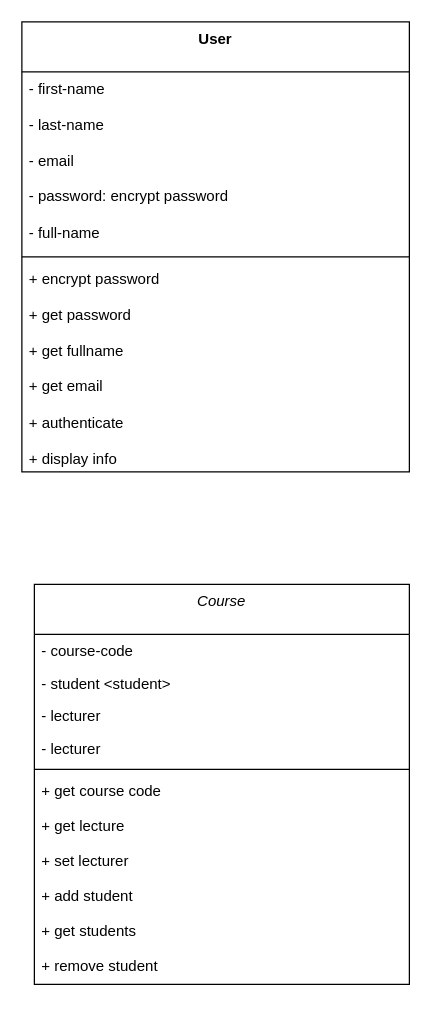
This is PythonClass/SchoolSystem.drawio from Bamzy123/PythonClass, a draw.io file, before an edit. Source tidied: cells renumbered, new cells numbered last; positions are measured from the earlier drawing's top-left corner, leaving out a move shared by most shapes. Both pictures are drawn from the tidied source at 125%, with x=0, y=0 at pixel (21, 21).
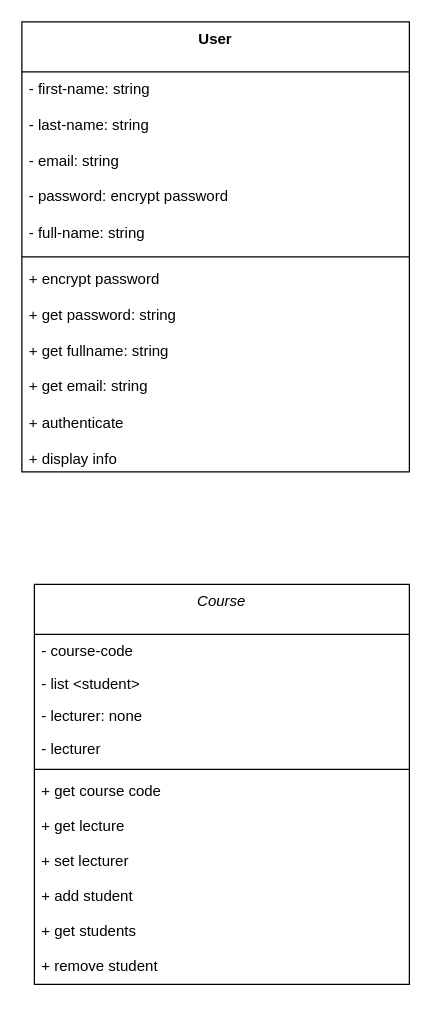
The same page after the edit.

Change to the diagram source:
```diff
@@
 <mxGraphModel>
   <root>
     <mxCell id="0" />
     <mxCell id="1" parent="0" />
     <mxCell id="2" value="Course" style="swimlane;fontStyle=2;align=center;verticalAlign=top;horizontal=1;startSize=40;rounded=0;shadow=0;strokeWidth=1;" parent="1" vertex="1">
       <mxGeometry x="10" y="450" width="300" height="320" as="geometry" />
     </mxCell>
     <mxCell id="3" value="- course-code" style="text;align=left;verticalAlign=top;spacingLeft=4;spacingRight=4;overflow=hidden;" parent="2" vertex="1">
       <mxGeometry y="40" width="300" height="26" as="geometry" />
     </mxCell>
-    <mxCell id="4" value="- student &lt;student&gt;" style="text;align=left;verticalAlign=top;spacingLeft=4;spacingRight=4;overflow=hidden;rounded=0;shadow=0;html=0;" parent="2" vertex="1">
+    <mxCell id="4" value="- list &lt;student&gt;" style="text;align=left;verticalAlign=top;spacingLeft=4;spacingRight=4;overflow=hidden;rounded=0;shadow=0;html=0;" parent="2" vertex="1">
       <mxGeometry y="66" width="300" height="26" as="geometry" />
     </mxCell>
-    <mxCell id="5" value="- lecturer" style="text;align=left;verticalAlign=top;spacingLeft=4;spacingRight=4;overflow=hidden;rounded=0;shadow=0;html=0;" parent="2" vertex="1">
+    <mxCell id="5" value="- lecturer: none" style="text;align=left;verticalAlign=top;spacingLeft=4;spacingRight=4;overflow=hidden;rounded=0;shadow=0;html=0;" parent="2" vertex="1">
       <mxGeometry y="92" width="300" height="26" as="geometry" />
     </mxCell>
     <mxCell id="6" value="- lecturer" style="text;align=left;verticalAlign=top;spacingLeft=4;spacingRight=4;overflow=hidden;rounded=0;shadow=0;html=0;" parent="2" vertex="1">
       <mxGeometry y="118" width="300" height="26" as="geometry" />
     </mxCell>
     <mxCell id="7" style="line;html=1;strokeWidth=1;align=left;verticalAlign=middle;spacingTop=-1;spacingLeft=3;spacingRight=3;labelPosition=right;" parent="2" vertex="1">
       <mxGeometry y="144" width="300" height="8" as="geometry" />
     </mxCell>
     <mxCell id="8" value="+ get course code&#10;&#10;+ get lecture&#10;&#10;+ set lecturer&#10;&#10;+ add student&#10;&#10;+ get students&#10;&#10;+ remove student" style="text;align=left;verticalAlign=top;spacingLeft=4;spacingRight=4;overflow=hidden;" parent="2" vertex="1">
       <mxGeometry y="152" width="300" height="168" as="geometry" />
     </mxCell>
     <mxCell id="9" value="User" style="swimlane;fontStyle=1;align=center;verticalAlign=top;horizontal=1;startSize=40;whiteSpace=wrap;html=1;" parent="1" vertex="1">
       <mxGeometry width="310" height="360" as="geometry" />
     </mxCell>
-    <mxCell id="10" value="- first-name&lt;div&gt;&lt;br&gt;&lt;div&gt;- last-name&lt;/div&gt;&lt;div&gt;&lt;br&gt;&lt;/div&gt;&lt;div&gt;- email&lt;/div&gt;&lt;/div&gt;&lt;div&gt;&lt;br&gt;&lt;/div&gt;&lt;div&gt;- password: encrypt password&lt;/div&gt;&lt;div&gt;&lt;br&gt;&lt;/div&gt;&lt;div&gt;- full-name&lt;/div&gt;" style="text;strokeColor=none;fillColor=none;align=left;verticalAlign=top;spacingLeft=4;spacingRight=4;overflow=hidden;whiteSpace=wrap;html=1;" parent="9" vertex="1">
+    <mxCell id="10" value="- first-name: string&lt;div&gt;&lt;br&gt;&lt;div&gt;- last-name: string&lt;/div&gt;&lt;div&gt;&lt;br&gt;&lt;/div&gt;&lt;div&gt;- email: string&lt;/div&gt;&lt;/div&gt;&lt;div&gt;&lt;br&gt;&lt;/div&gt;&lt;div&gt;- password: encrypt password&lt;/div&gt;&lt;div&gt;&lt;br&gt;&lt;/div&gt;&lt;div&gt;- full-name: string&lt;/div&gt;" style="text;strokeColor=none;fillColor=none;align=left;verticalAlign=top;spacingLeft=4;spacingRight=4;overflow=hidden;whiteSpace=wrap;html=1;" parent="9" vertex="1">
       <mxGeometry y="40" width="310" height="144" as="geometry" />
     </mxCell>
     <mxCell id="11" style="line;strokeWidth=1;fillColor=none;align=left;verticalAlign=middle;spacingTop=-1;spacingLeft=3;spacingRight=3;labelPosition=right;strokeColor=inherit;" parent="9" vertex="1">
       <mxGeometry y="184" width="310" height="8" as="geometry" />
     </mxCell>
-    <mxCell id="12" value="&lt;div&gt;+ encrypt password&lt;/div&gt;&lt;div&gt;&lt;br&gt;&lt;/div&gt;+ get password&lt;div&gt;&lt;br&gt;&lt;/div&gt;&lt;div&gt;+ get fullname&lt;/div&gt;&lt;div&gt;&lt;br&gt;&lt;/div&gt;&lt;div&gt;+ get email&lt;/div&gt;&lt;div&gt;&lt;br&gt;&lt;/div&gt;&lt;div&gt;+ authenticate&lt;/div&gt;&lt;div&gt;&lt;br&gt;&lt;/div&gt;&lt;div&gt;+ display info&lt;/div&gt;" style="text;strokeColor=none;fillColor=none;align=left;verticalAlign=top;spacingLeft=4;spacingRight=4;overflow=hidden;whiteSpace=wrap;html=1;" parent="9" vertex="1">
+    <mxCell id="12" value="&lt;div&gt;+ encrypt password&lt;/div&gt;&lt;div&gt;&lt;br&gt;&lt;/div&gt;+ get password: string&lt;div&gt;&lt;br&gt;&lt;/div&gt;&lt;div&gt;+ get fullname: string&lt;/div&gt;&lt;div&gt;&lt;br&gt;&lt;/div&gt;&lt;div&gt;+ get email: string&lt;/div&gt;&lt;div&gt;&lt;br&gt;&lt;/div&gt;&lt;div&gt;+ authenticate&lt;/div&gt;&lt;div&gt;&lt;br&gt;&lt;/div&gt;&lt;div&gt;+ display info&lt;/div&gt;" style="text;strokeColor=none;fillColor=none;align=left;verticalAlign=top;spacingLeft=4;spacingRight=4;overflow=hidden;whiteSpace=wrap;html=1;" parent="9" vertex="1">
       <mxGeometry y="192" width="310" height="168" as="geometry" />
     </mxCell>
   </root>
 </mxGraphModel>
```
